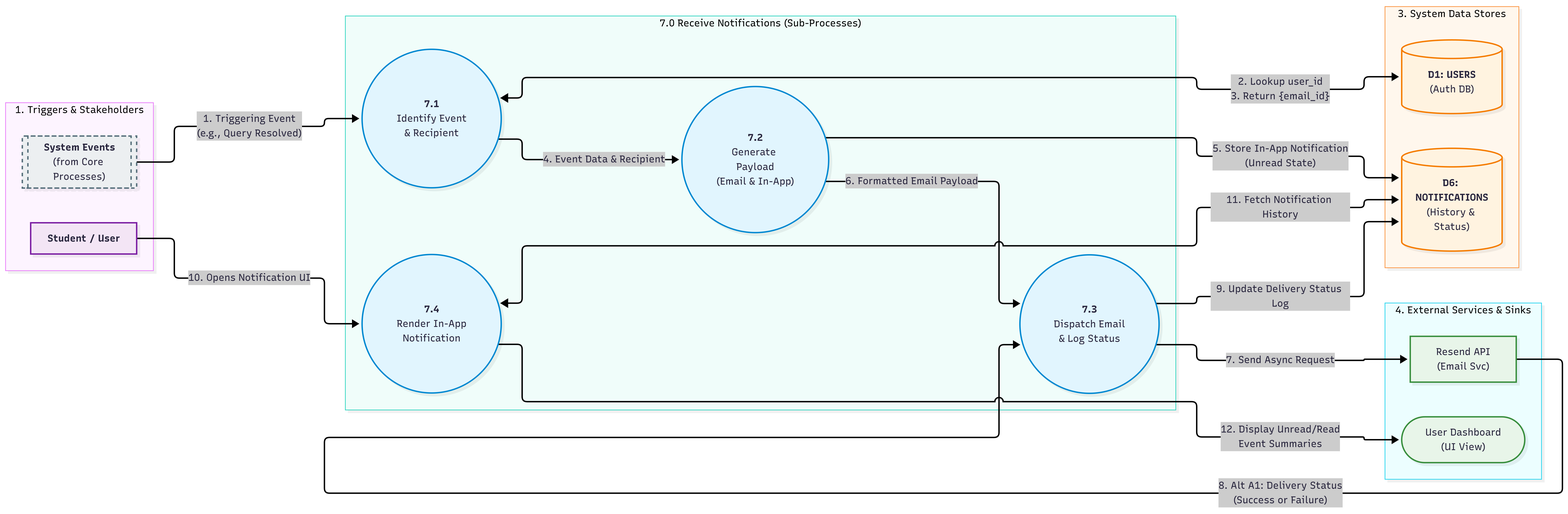
aryanhrc3428/Semester-5 keeps this Mermaid diagram as SE/ideathon/documents/L2-DFD-S07.png. Above is the earlier version. Its source is kept beside it as SE/ideathon/documents/L2-DFD-S07.mmd.
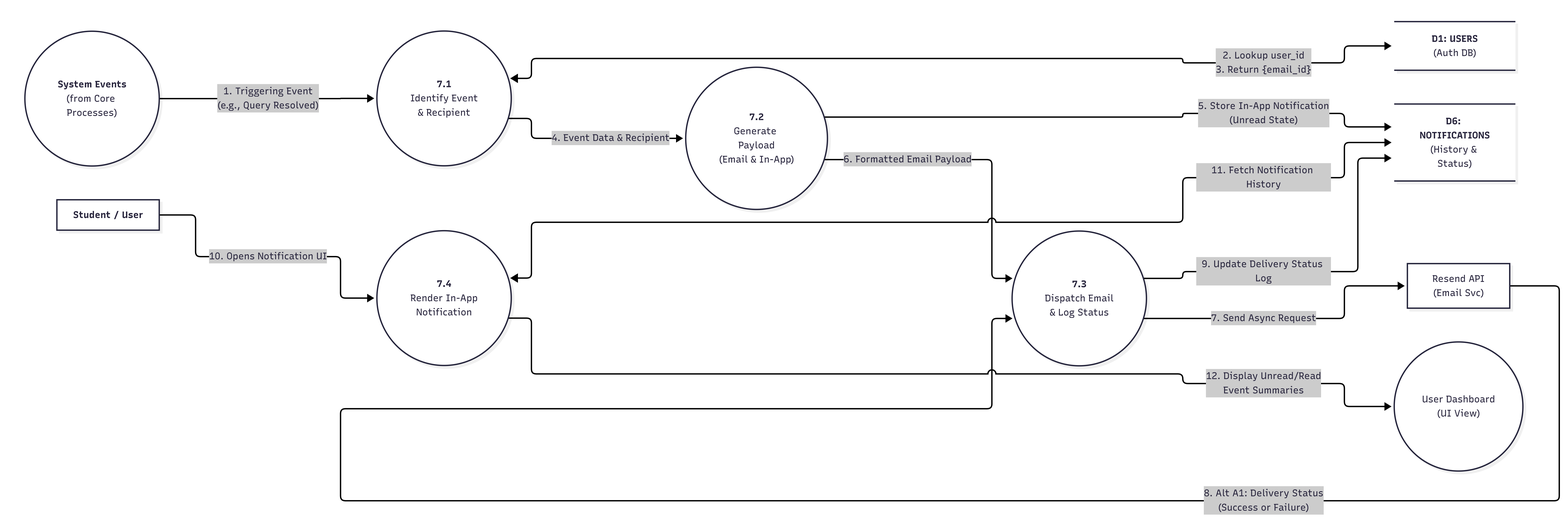
Later version of the same file.

Change to the diagram source:
```diff
@@ -10,7 +10,7 @@
 
     subgraph Triggers [" "]
         direction TB
-        SysEvents[["<b>System Events</b><br/>(from Core Processes)"]]
+        SysEvents(("<b>System Events</b><br/>(from Core Processes)"))
         Student["<b>Student / User</b>"]
     end
 
@@ -31,7 +31,7 @@
     subgraph ExtServices [" "]
         direction TB
         ExtEmail["Resend API<br/>(Email Svc)"]
-        UserDashboard(["User Dashboard<br/>(UI View)"])
+        UserDashboard(("User Dashboard<br/>(UI View)"))
     end
 
 
@@ -50,19 +50,7 @@
     P7_4 <-->|"11. Fetch Notification History"| D6
     P7_4 -->|"12. Display Unread/Read<br/>Event Summaries"| UserDashboard
 
-    classDef processStyle fill:#fff,stroke:#333,stroke-width:1px,color:#000
-    classDef storeStyle fill:#fff,stroke:#333,stroke-width:1px,color:#000
-    classDef actorStyle fill:#fff,stroke:#333,stroke-width:1px,color:#000
-    classDef extStyle fill:#fff,stroke:#333,stroke-width:1px,color:#000
-    classDef triggerStyle fill:#fff,stroke:#333,stroke-width:1px,color:#000,stroke-dasharray: 5 5
-
-    class P7_1,P7_2,P7_3,P7_4 processStyle;
-    class D1,D6 storeStyle;
-    class Student actorStyle;
-    class SysEvents triggerStyle;
-    class ExtEmail,UserDashboard extStyle;
-
-    style Triggers fill:none,stroke:#333,stroke-width:1px
-    style SubProcesses fill:none,stroke:#333,stroke-width:1px
-    style DataStores fill:none,stroke:#333,stroke-width:1px
-    style ExtServices fill:none,stroke:#333,stroke-width:1px
+    style Triggers fill:none, stroke:none
+    style DataStores fill:none, stroke:none
+    style SubProcesses fill:none, stroke:none
+    style ExtServices fill:none, stroke:none
```
